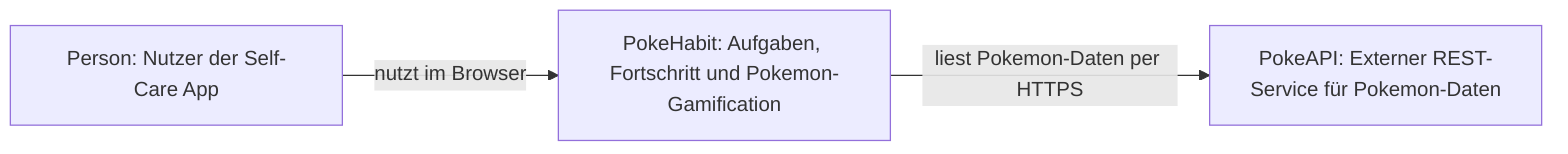
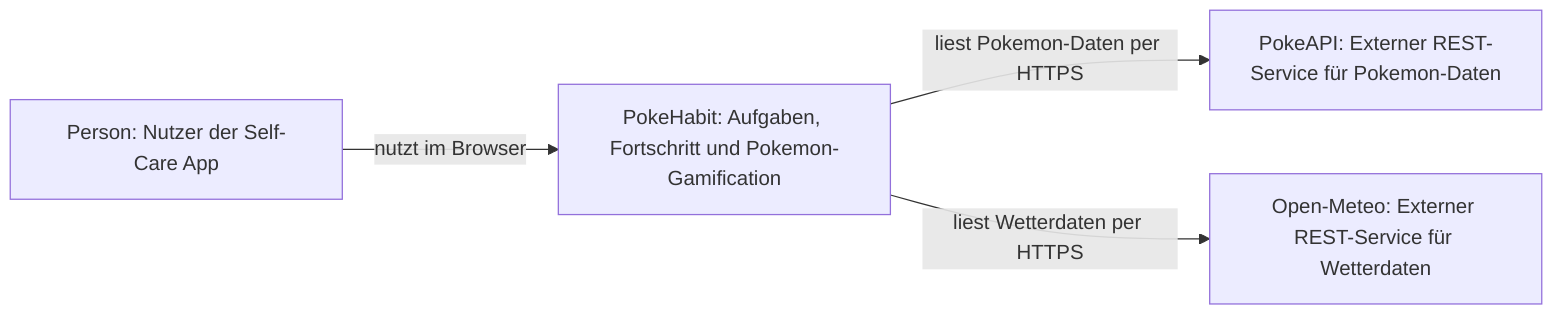
+ ```mermaid
flowchart LR
    USER["Person: Nutzer der Self-Care App"]
    SCS["PokeHabit: Aufgaben, Fortschritt und Pokemon-Gamification"]
    POKEAPI["PokeAPI: Externer REST-Service für Pokemon-Daten"]
+     WEATHER["Open-Meteo: Externer REST-Service für Wetterdaten"]

    USER -->|nutzt im Browser| SCS
    SCS -->|liest Pokemon-Daten per HTTPS| POKEAPI
+     SCS -->|liest Wetterdaten per HTTPS| WEATHER
+ ```
